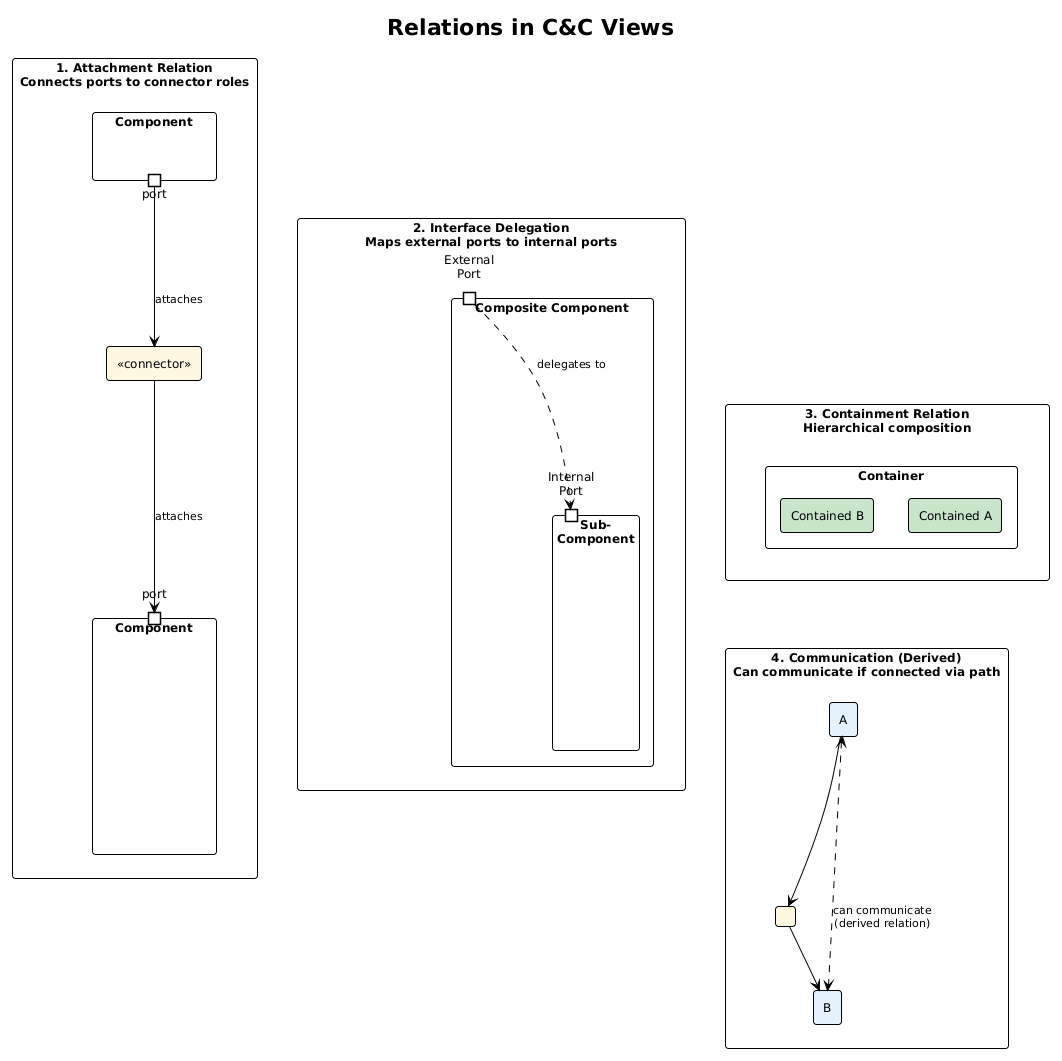
The PlantUML diagram src/architecture/views-and-beyond/style-catalogs/component-and-connector/component-and-connector-views/png/04-cc-relations.png in Notoriousjayy/latex-docs, before a commit.
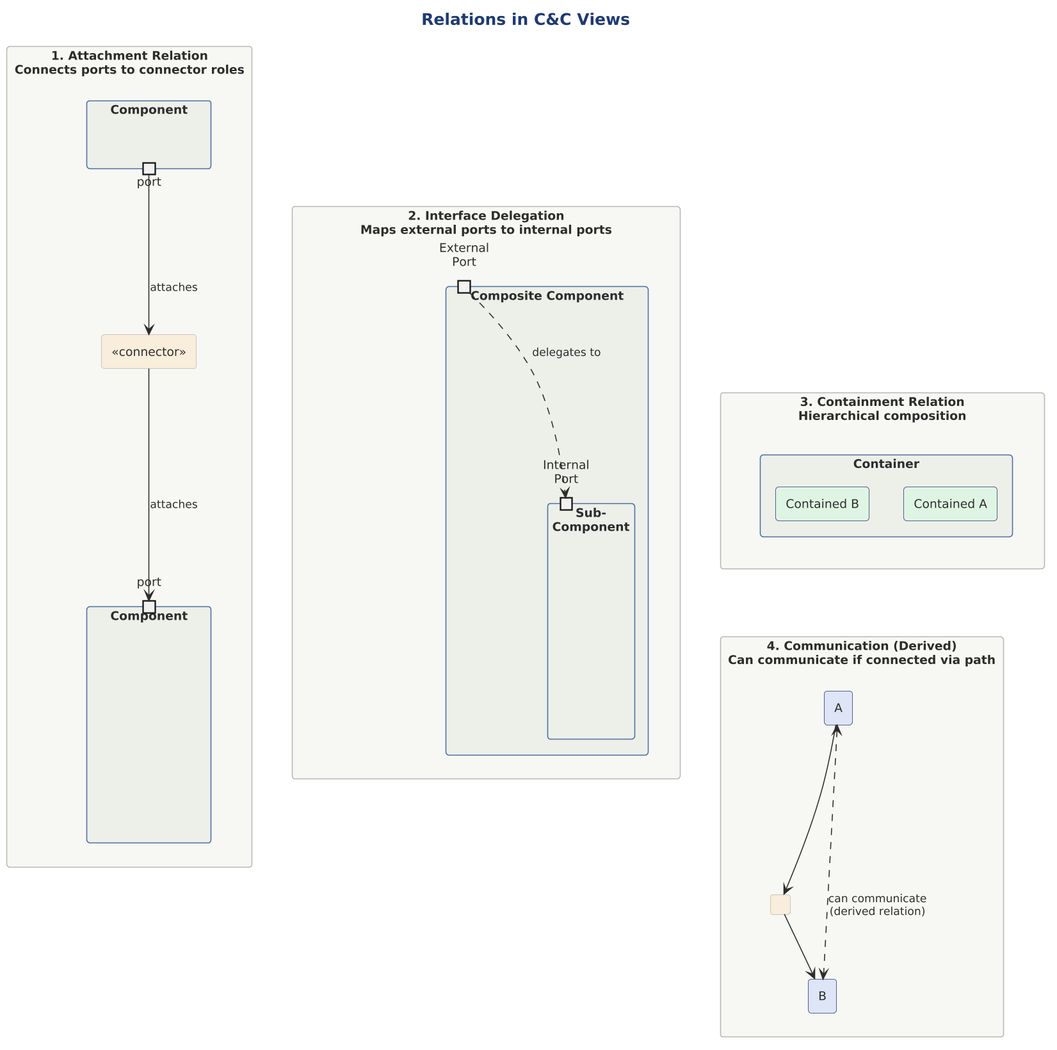
Later version of the same file.

Change to the diagram source:
```diff
@@ -1,7 +1,10 @@
 @startuml 04-cc-relations
+
+skinparam dpi 150
+
+
+
 !include ../../../../../../tooling/styles/plantuml/structural/component-diagram-style.iuml
-
-!theme plain
 
 title Relations in C&C Views
 
@@ -9,7 +12,7 @@
     component "Component" as c1 {
         portout "port" as p1
     }
-    rectangle "<<connector>>" as con1 #FFF8E1
+    rectangle "<<connector>>" as con1 $fill_caution
     component "Component" as c2 {
         portin "port" as p2
     }
@@ -31,15 +34,15 @@
 
 rectangle "**3. Containment Relation**\nHierarchical composition" as cont {
     component "Container" as container {
-        component "Contained A" as ca #C8E6C9
-        component "Contained B" as cb #C8E6C9
+        component "Contained A" as ca $fill_ok
+        component "Contained B" as cb $fill_ok
     }
 }
 
 rectangle "**4. Communication (Derived)**\nCan communicate if connected via path" as comm {
-    component "A" as a1 #E3F2FD
-    rectangle " " as mid #FFF8E1
-    component "B" as a2 #E3F2FD
+    component "A" as a1 $fill_primary
+    rectangle " " as mid $fill_caution
+    component "B" as a2 $fill_primary
 
     a1 --> mid
     mid --> a2
```
